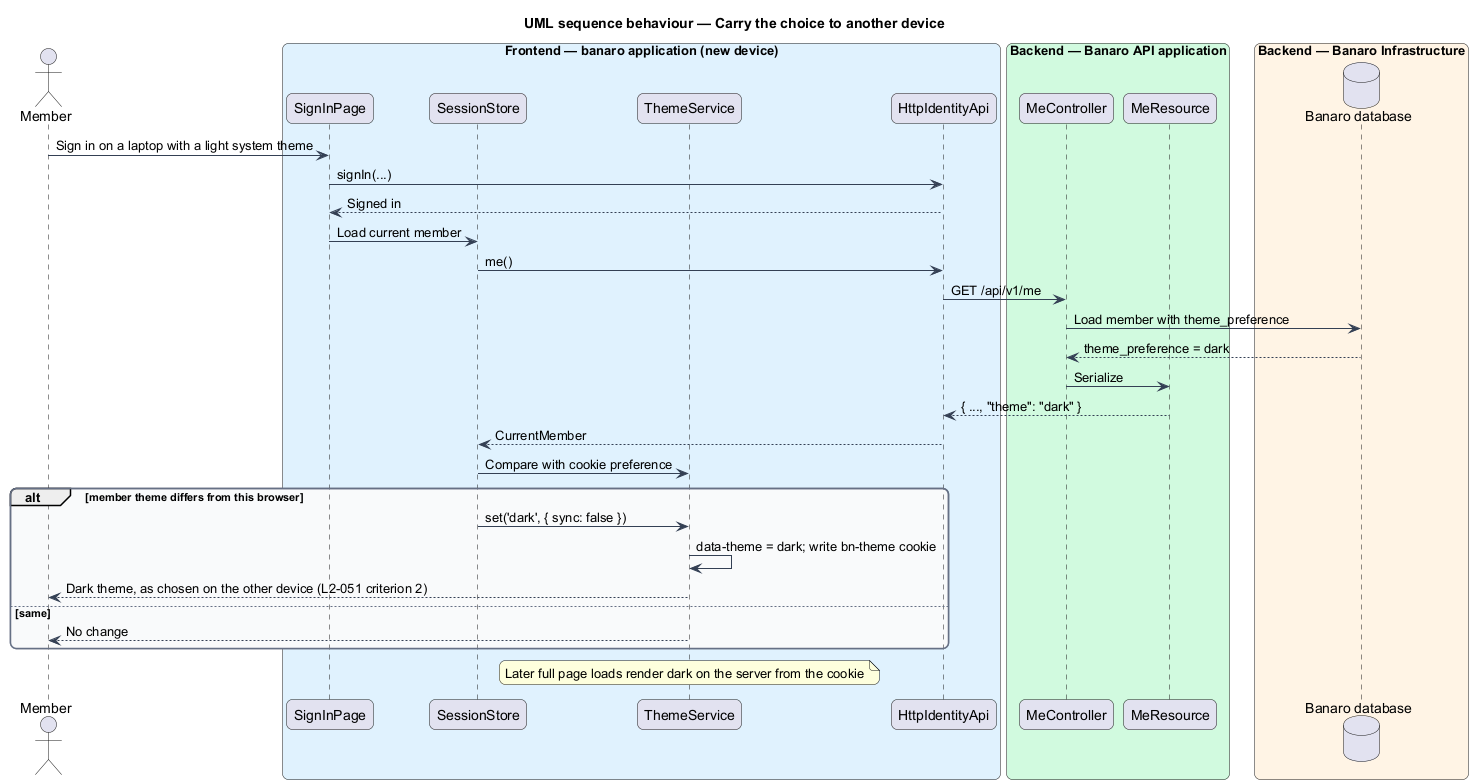
Earlier version of the PlantUML export docs/detailed-designs/user-experience/switch-theme/diagrams/sequence-sync-across-devices.png (QuinntyneBrown/banaro).
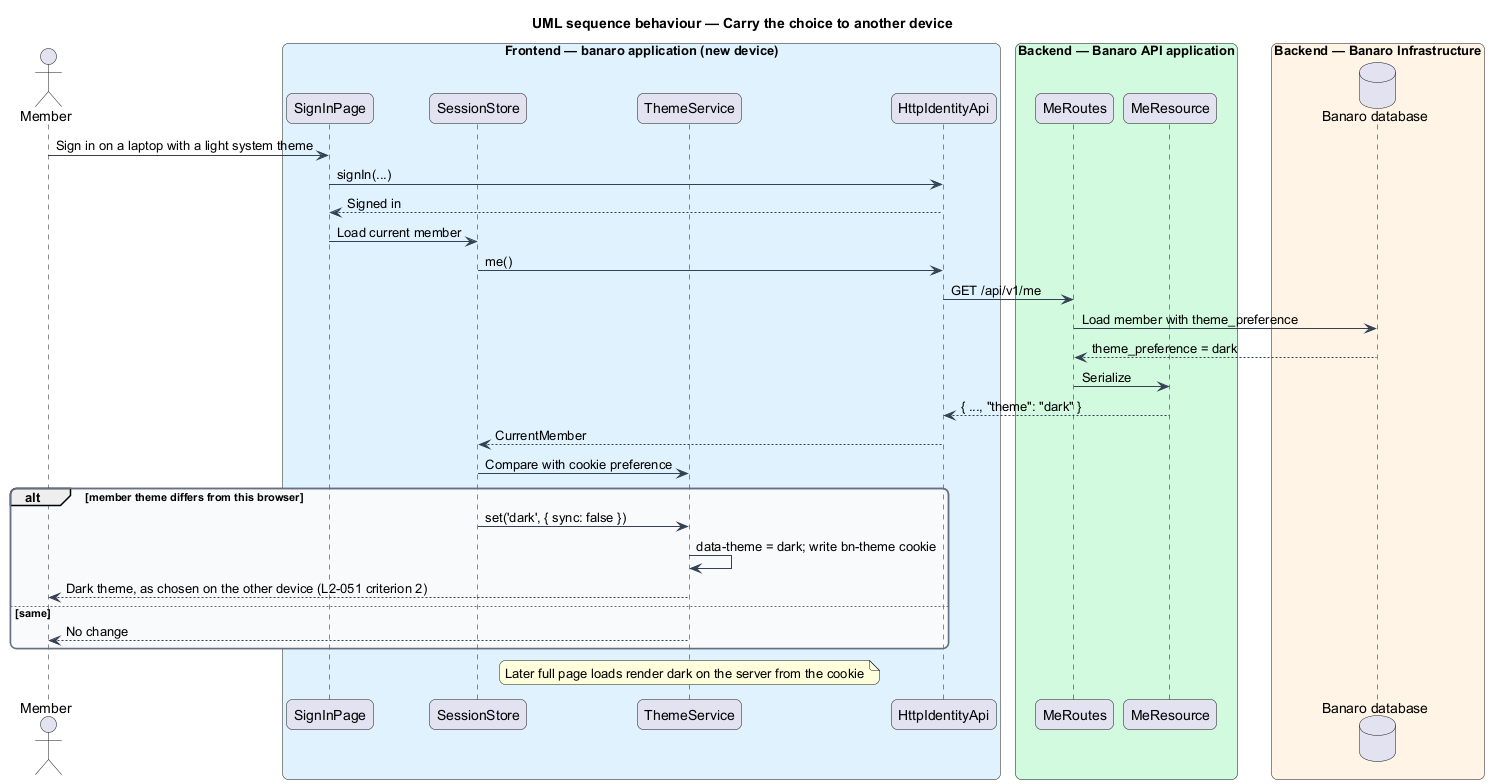
After the change.

The edit, as a diff of the source:
```diff
@@ -22,7 +22,7 @@
   participant "HttpIdentityApi" as client
 end box
 box "Backend — Banaro API application" #D1FADF
-  participant "MeController" as me
+  participant "MeRoutes" as me
   participant "MeResource" as resource
 end box
 box "Backend — Banaro Infrastructure" #FFF4E5
```
